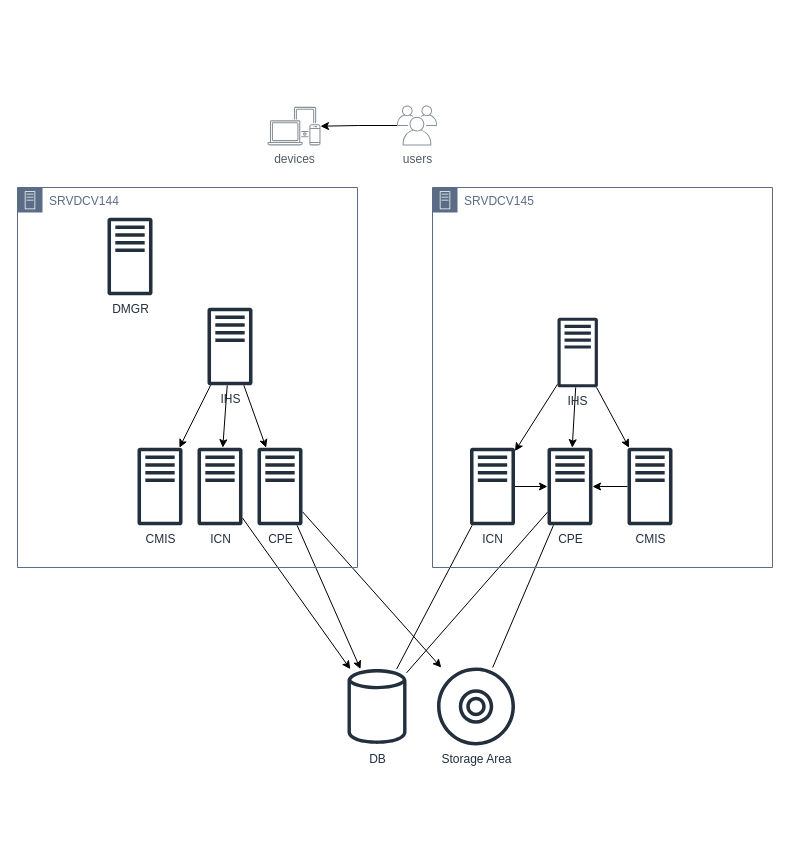
Jere201086/Images-For-Readmes keeps this draw.io diagram as Untitled Diagram.drawio. Above is the earlier version. Source tidied: cells renumbered, new cells numbered last; positions are measured from the earlier drawing's top-left corner, leaving out a move shared by most shapes. Both pictures are drawn from the tidied source at 100%, with x=0, y=0 at pixel (17, 105).
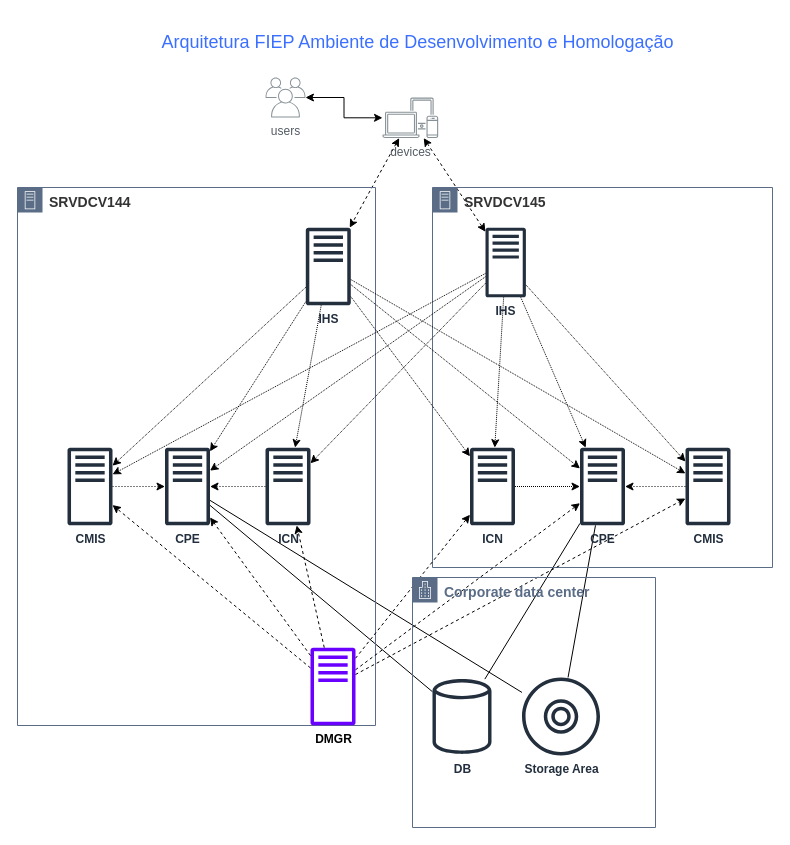
The same page after the edit.

Commit message:
Update Arquitetura DEV-HML Diagram.drawio

Change to the diagram source:
```diff
@@
-    <mxCell id="2" style="edgeStyle=none;rounded=0;jettySize=auto;html=1;fontFamily=Helvetica;endArrow=classic;endFill=1;" parent="1" edge="1" source="5" target="12">
-      <mxGeometry relative="1" as="geometry" />
-    </mxCell>
-    <mxCell id="3" style="edgeStyle=none;rounded=0;jettySize=auto;html=1;fontFamily=Helvetica;endArrow=classic;endFill=1;" parent="1" edge="1" source="5" target="15">
-      <mxGeometry relative="1" as="geometry" />
-    </mxCell>
-    <mxCell id="4" style="edgeStyle=none;rounded=0;jettySize=auto;html=1;fontFamily=Helvetica;endArrow=classic;endFill=1;" parent="1" edge="1" source="5" target="16">
-      <mxGeometry relative="1" as="geometry" />
-    </mxCell>
-    <mxCell id="5" value="IHS" style="sketch=0;outlineConnect=0;fontColor=#232F3E;gradientColor=none;fillColor=#232F3D;strokeColor=none;dashed=0;verticalLabelPosition=bottom;verticalAlign=top;align=center;html=1;fontSize=12;fontStyle=0;shape=mxgraph.aws4.traditional_server;fontFamily=Helvetica;" parent="1" vertex="1">
-      <mxGeometry x="190" y="202" width="45" height="78" as="geometry" />
-    </mxCell>
-    <mxCell id="6" style="edgeStyle=none;rounded=0;jettySize=auto;html=1;fontFamily=Helvetica;endArrow=classic;endFill=1;" parent="1" edge="1" source="9" target="22">
-      <mxGeometry relative="1" as="geometry" />
-    </mxCell>
-    <mxCell id="7" style="edgeStyle=none;rounded=0;jettySize=auto;html=1;fontFamily=Helvetica;endArrow=classic;endFill=1;" parent="1" edge="1" source="9" target="19">
+    <mxCell id="7" style="edgeStyle=none;rounded=0;jettySize=auto;html=1;fontFamily=Helvetica;endArrow=classic;endFill=1;dashed=1;dashPattern=1 1;" parent="1" edge="1" source="9" target="19">
       <mxGeometry relative="1" as="geometry" />
     </mxCell>
-    <mxCell id="8" style="edgeStyle=none;rounded=0;jettySize=auto;html=1;fontFamily=Helvetica;endArrow=classic;endFill=1;" parent="1" edge="1" source="9" target="24">
-      <mxGeometry relative="1" as="geometry" />
-    </mxCell>
-    <mxCell id="9" value="IHS" style="sketch=0;outlineConnect=0;fontColor=#232F3E;gradientColor=none;fillColor=#232F3D;strokeColor=none;dashed=0;verticalLabelPosition=bottom;verticalAlign=top;align=center;html=1;fontSize=12;fontStyle=0;shape=mxgraph.aws4.traditional_server;" parent="1" vertex="1">
-      <mxGeometry x="540" y="212" width="40.4" height="70" as="geometry" />
-    </mxCell>
-    <mxCell id="10" value="DMGR" style="sketch=0;outlineConnect=0;fontColor=#232F3E;gradientColor=none;fillColor=#232F3D;strokeColor=none;dashed=0;verticalLabelPosition=bottom;verticalAlign=top;align=center;html=1;fontSize=12;fontStyle=0;shape=mxgraph.aws4.traditional_server;" parent="1" vertex="1">
-      <mxGeometry x="90" y="112" width="45" height="78" as="geometry" />
-    </mxCell>
-    <mxCell id="11" style="edgeStyle=none;rounded=0;jettySize=auto;html=1;fontFamily=Helvetica;endArrow=classic;endFill=1;" parent="1" edge="1" source="12" target="26">
-      <mxGeometry relative="1" as="geometry" />
-    </mxCell>
-    <mxCell id="12" value="ICN" style="sketch=0;outlineConnect=0;fontColor=#232F3E;gradientColor=none;fillColor=#232F3D;strokeColor=none;dashed=0;verticalLabelPosition=bottom;verticalAlign=top;align=center;html=1;fontSize=12;fontStyle=0;shape=mxgraph.aws4.traditional_server;" parent="1" vertex="1">
-      <mxGeometry x="180" y="342" width="45" height="78" as="geometry" />
-    </mxCell>
-    <mxCell id="13" style="edgeStyle=none;rounded=0;jettySize=auto;html=1;fontFamily=Helvetica;endArrow=classic;endFill=1;" parent="1" edge="1" source="15" target="26">
+    <mxCell id="13" style="edgeStyle=none;rounded=0;jettySize=auto;html=1;fontFamily=Helvetica;endArrow=none;endFill=0;" parent="1" edge="1" source="15" target="26">
       <mxGeometry relative="1" as="geometry" />
     </mxCell>
-    <mxCell id="14" style="edgeStyle=none;rounded=0;jettySize=auto;html=1;fontFamily=Helvetica;endArrow=classic;endFill=1;" parent="1" edge="1" source="15" target="25">
+    <mxCell id="14" style="edgeStyle=none;rounded=0;jettySize=auto;html=1;fontFamily=Helvetica;endArrow=none;endFill=0;" parent="1" edge="1" source="15" target="25">
       <mxGeometry relative="1" as="geometry" />
     </mxCell>
-    <mxCell id="15" value="CPE" style="sketch=0;outlineConnect=0;fontColor=#232F3E;gradientColor=none;fillColor=#232F3D;strokeColor=none;dashed=0;verticalLabelPosition=bottom;verticalAlign=top;align=center;html=1;fontSize=12;fontStyle=0;shape=mxgraph.aws4.traditional_server;" parent="1" vertex="1">
-      <mxGeometry x="240" y="342" width="45" height="78" as="geometry" />
-    </mxCell>
-    <mxCell id="16" value="CMIS" style="sketch=0;outlineConnect=0;fontColor=#232F3E;gradientColor=none;fillColor=#232F3D;strokeColor=none;dashed=0;verticalLabelPosition=bottom;verticalAlign=top;align=center;html=1;fontSize=12;fontStyle=0;shape=mxgraph.aws4.traditional_server;" parent="1" vertex="1">
-      <mxGeometry x="120" y="342" width="45" height="78" as="geometry" />
-    </mxCell>
-    <mxCell id="17" style="edgeStyle=none;rounded=0;jettySize=auto;html=1;fontFamily=Helvetica;endArrow=none;endFill=0;" parent="1" edge="1" source="19" target="26">
-      <mxGeometry relative="1" as="geometry" />
-    </mxCell>
-    <mxCell id="18" style="edgeStyle=none;rounded=0;jettySize=auto;html=1;fontFamily=Helvetica;endArrow=classic;endFill=1;" parent="1" edge="1" source="19" target="22">
+    <mxCell id="18" style="edgeStyle=none;rounded=0;jettySize=auto;html=1;fontFamily=Helvetica;endArrow=classic;endFill=1;dashed=1;dashPattern=1 1;" parent="1" edge="1" source="19" target="22">
       <mxGeometry relative="1" as="geometry" />
     </mxCell>
-    <mxCell id="19" value="ICN" style="sketch=0;outlineConnect=0;fontColor=#232F3E;gradientColor=none;fillColor=#232F3D;strokeColor=none;dashed=0;verticalLabelPosition=bottom;verticalAlign=top;align=center;html=1;fontSize=12;fontStyle=0;shape=mxgraph.aws4.traditional_server;" parent="1" vertex="1">
+    <mxCell id="19" value="ICN" style="sketch=0;outlineConnect=0;fontColor=#232F3E;gradientColor=none;fillColor=#232F3D;strokeColor=none;dashed=0;verticalLabelPosition=bottom;verticalAlign=top;align=center;html=1;fontSize=12;fontStyle=1;shape=mxgraph.aws4.traditional_server;" parent="1" vertex="1">
       <mxGeometry x="452.5" y="342" width="45" height="78" as="geometry" />
     </mxCell>
@@
-    <mxCell id="22" value="CPE" style="sketch=0;outlineConnect=0;fontColor=#232F3E;gradientColor=none;fillColor=#232F3D;strokeColor=none;dashed=0;verticalLabelPosition=bottom;verticalAlign=top;align=center;html=1;fontSize=12;fontStyle=0;shape=mxgraph.aws4.traditional_server;" parent="1" vertex="1">
-      <mxGeometry x="530" y="342" width="45" height="78" as="geometry" />
-    </mxCell>
-    <mxCell id="23" style="edgeStyle=none;rounded=0;jettySize=auto;html=1;fontFamily=Helvetica;endArrow=classic;endFill=1;" parent="1" edge="1" source="24" target="22">
-      <mxGeometry relative="1" as="geometry" />
-    </mxCell>
-    <mxCell id="24" value="CMIS" style="sketch=0;outlineConnect=0;fontColor=#232F3E;gradientColor=none;fillColor=#232F3D;strokeColor=none;dashed=0;verticalLabelPosition=bottom;verticalAlign=top;align=center;html=1;fontSize=12;fontStyle=0;shape=mxgraph.aws4.traditional_server;" parent="1" vertex="1">
-      <mxGeometry x="610" y="342" width="45" height="78" as="geometry" />
-    </mxCell>
-    <mxCell id="25" value="Storage Area" style="sketch=0;outlineConnect=0;fontColor=#232F3E;gradientColor=none;fillColor=#232F3D;strokeColor=none;dashed=0;verticalLabelPosition=bottom;verticalAlign=top;align=center;html=1;fontSize=12;fontStyle=0;shape=mxgraph.aws4.disk;" parent="1" vertex="1">
-      <mxGeometry x="419.5" y="562" width="78" height="78" as="geometry" />
-    </mxCell>
-    <mxCell id="26" value="DB" style="sketch=0;outlineConnect=0;fontColor=#232F3E;gradientColor=none;fillColor=#232F3D;strokeColor=none;dashed=0;verticalLabelPosition=bottom;verticalAlign=top;align=center;html=1;fontSize=12;fontStyle=0;shape=mxgraph.aws4.generic_database;" parent="1" vertex="1">
-      <mxGeometry x="330" y="562" width="59" height="78" as="geometry" />
-    </mxCell>
+    <mxCell id="32" style="edgeStyle=none;rounded=0;jettySize=auto;html=1;dashed=1;fontFamily=Helvetica;fontColor=#000000;endArrow=classic;endFill=1;elbow=vertical;startArrow=classic;startFill=1;" parent="1" edge="1" source="27" target="5">
+      <mxGeometry relative="1" as="geometry" />
+    </mxCell>
+    <mxCell id="33" style="edgeStyle=none;rounded=0;jettySize=auto;html=1;dashed=1;fontFamily=Helvetica;fontColor=#000000;endArrow=classic;endFill=1;elbow=vertical;startArrow=classic;startFill=1;" parent="1" edge="1" source="27" target="9">
+      <mxGeometry relative="1" as="geometry" />
+    </mxCell>
     <mxCell id="27" value="devices" style="sketch=0;outlineConnect=0;gradientColor=none;fontColor=#545B64;strokeColor=none;fillColor=#879196;dashed=0;verticalLabelPosition=bottom;verticalAlign=top;align=center;html=1;fontSize=12;fontStyle=0;shape=mxgraph.aws4.illustration_devices;" parent="1" vertex="1">
-      <mxGeometry x="250" y="1.3" width="53" height="38.7" as="geometry" />
+      <mxGeometry x="365" y="-8" width="55.7" height="40.6" as="geometry" />
     </mxCell>
-    <mxCell id="28" style="edgeStyle=orthogonalEdgeStyle;rounded=0;jettySize=auto;html=1;" parent="1" edge="1" source="29" target="27">
+    <mxCell id="28" style="edgeStyle=orthogonalEdgeStyle;rounded=0;jettySize=auto;html=1;startArrow=classic;startFill=1;" parent="1" edge="1" source="29" target="27">
       <mxGeometry relative="1" as="geometry" />
     </mxCell>
     <mxCell id="29" value="users" style="sketch=0;outlineConnect=0;gradientColor=none;fontColor=#545B64;strokeColor=none;fillColor=#879196;dashed=0;verticalLabelPosition=bottom;verticalAlign=top;align=center;html=1;fontSize=12;fontStyle=0;shape=mxgraph.aws4.illustration_users;" parent="1" vertex="1">
-      <mxGeometry x="379.5" width="40" height="40" as="geometry" />
+      <mxGeometry x="248" y="-28" width="40" height="40" as="geometry" />
     </mxCell>
-    <mxCell id="30" value="SRVDCV144" style="gradientColor=none;html=1;whiteSpace=wrap;fontSize=12;fontStyle=0;shape=mxgraph.aws4.group;grIcon=mxgraph.aws4.group_on_premise;strokeColor=#5A6C86;fillColor=none;verticalAlign=top;align=left;spacingLeft=30;fontColor=#5A6C86;dashed=0;fontFamily=Helvetica;" parent="1" vertex="1">
-      <mxGeometry y="82" width="340" height="380" as="geometry" />
+    <mxCell id="30" value="SRVDCV144" style="gradientColor=none;html=1;whiteSpace=wrap;fontSize=14;fontStyle=1;shape=mxgraph.aws4.group;grIcon=mxgraph.aws4.group_on_premise;strokeColor=#5A6C86;fillColor=none;verticalAlign=top;align=left;spacingLeft=30;fontColor=#333333;dashed=0;fontFamily=Helvetica;" parent="1" vertex="1">
+      <mxGeometry y="82" width="358" height="538" as="geometry" />
     </mxCell>
+    <mxCell id="34" style="edgeStyle=none;rounded=0;jettySize=auto;html=1;dashed=1;dashPattern=1 2;fontFamily=Helvetica;fontColor=#000000;endArrow=classic;endFill=1;elbow=vertical;" parent="30" edge="1" source="16" target="15">
+      <mxGeometry relative="1" as="geometry" />
+    </mxCell>
+    <mxCell id="16" value="CMIS" style="sketch=0;outlineConnect=0;fontColor=#232F3E;gradientColor=none;fillColor=#232F3D;strokeColor=none;dashed=0;verticalLabelPosition=bottom;verticalAlign=top;align=center;html=1;fontSize=12;fontStyle=1;shape=mxgraph.aws4.traditional_server;" parent="30" vertex="1">
+      <mxGeometry x="50" y="260" width="45" height="78" as="geometry" />
+    </mxCell>
+    <mxCell id="35" style="edgeStyle=none;rounded=0;jettySize=auto;html=1;dashed=1;dashPattern=1 2;fontFamily=Helvetica;fontColor=#000000;endArrow=classic;endFill=1;elbow=vertical;" parent="30" edge="1" source="12" target="15">
+      <mxGeometry relative="1" as="geometry" />
+    </mxCell>
+    <mxCell id="12" value="ICN" style="sketch=0;outlineConnect=0;fontColor=#232F3E;gradientColor=none;fillColor=#232F3D;strokeColor=none;dashed=0;verticalLabelPosition=bottom;verticalAlign=top;align=center;html=1;fontSize=12;fontStyle=1;shape=mxgraph.aws4.traditional_server;" parent="30" vertex="1">
+      <mxGeometry x="248" y="260" width="45" height="78" as="geometry" />
+    </mxCell>
+    <mxCell id="15" value="CPE" style="sketch=0;outlineConnect=0;fontColor=#232F3E;gradientColor=none;fillColor=#232F3D;strokeColor=none;dashed=0;verticalLabelPosition=bottom;verticalAlign=top;align=center;html=1;fontSize=12;fontStyle=1;shape=mxgraph.aws4.traditional_server;" parent="30" vertex="1">
+      <mxGeometry x="147.5" y="260" width="45" height="78" as="geometry" />
+    </mxCell>
+    <mxCell id="5" value="IHS" style="sketch=0;outlineConnect=0;fontColor=#232F3E;gradientColor=none;fillColor=#232F3D;strokeColor=none;dashed=0;verticalLabelPosition=bottom;verticalAlign=top;align=center;html=1;fontSize=12;fontStyle=1;shape=mxgraph.aws4.traditional_server;fontFamily=Helvetica;" parent="30" vertex="1">
+      <mxGeometry x="288.3" y="40" width="45" height="78" as="geometry" />
+    </mxCell>
+    <mxCell id="2" style="edgeStyle=none;rounded=0;jettySize=auto;html=1;fontFamily=Helvetica;endArrow=classic;endFill=1;dashed=1;dashPattern=1 1;" parent="30" edge="1" source="5" target="12">
+      <mxGeometry relative="1" as="geometry" />
+    </mxCell>
+    <mxCell id="3" style="edgeStyle=none;rounded=0;jettySize=auto;html=1;fontFamily=Helvetica;endArrow=classic;endFill=1;dashed=1;dashPattern=1 1;" parent="30" edge="1" source="5" target="15">
+      <mxGeometry relative="1" as="geometry" />
+    </mxCell>
+    <mxCell id="4" style="edgeStyle=none;rounded=0;jettySize=auto;html=1;fontFamily=Helvetica;endArrow=classic;endFill=1;dashed=1;dashPattern=1 1;" parent="30" edge="1" source="5" target="16">
+      <mxGeometry relative="1" as="geometry" />
+    </mxCell>
+    <mxCell id="10" value="DMGR" style="sketch=0;outlineConnect=0;fontColor=#000000;fillColor=#6a00ff;strokeColor=#3700CC;dashed=0;verticalLabelPosition=bottom;verticalAlign=top;align=center;html=1;fontSize=12;fontStyle=1;shape=mxgraph.aws4.traditional_server;" parent="30" vertex="1">
+      <mxGeometry x="293" y="460" width="45" height="78" as="geometry" />
+    </mxCell>
+    <mxCell id="36" style="edgeStyle=none;rounded=0;jettySize=auto;html=1;dashed=1;fontFamily=Helvetica;endArrow=classic;endFill=1;elbow=vertical;" parent="30" edge="1" source="10" target="16">
+      <mxGeometry relative="1" as="geometry" />
+    </mxCell>
+    <mxCell id="37" style="edgeStyle=none;rounded=0;jettySize=auto;html=1;dashed=1;fontFamily=Helvetica;endArrow=classic;endFill=1;elbow=vertical;" parent="30" edge="1" source="10" target="12">
+      <mxGeometry relative="1" as="geometry" />
+    </mxCell>
+    <mxCell id="38" style="edgeStyle=none;rounded=0;jettySize=auto;html=1;dashed=1;fontFamily=Helvetica;endArrow=classic;endFill=1;elbow=vertical;" parent="30" edge="1" source="10" target="15">
+      <mxGeometry relative="1" as="geometry" />
+    </mxCell>
-    <mxCell id="31" value="SRVDCV145" style="gradientColor=none;html=1;whiteSpace=wrap;fontSize=12;fontStyle=0;shape=mxgraph.aws4.group;grIcon=mxgraph.aws4.group_on_premise;strokeColor=#5A6C86;fillColor=none;verticalAlign=top;align=left;spacingLeft=30;fontColor=#5A6C86;dashed=0;fontFamily=Helvetica;" parent="1" vertex="1">
+    <mxCell id="31" value="SRVDCV145" style="gradientColor=none;html=1;whiteSpace=wrap;fontSize=14;fontStyle=1;shape=mxgraph.aws4.group;grIcon=mxgraph.aws4.group_on_premise;strokeColor=#5A6C86;fillColor=none;verticalAlign=top;align=left;spacingLeft=30;fontColor=#333333;dashed=0;fontFamily=Helvetica;" parent="1" vertex="1">
       <mxGeometry x="415" y="82" width="340" height="380" as="geometry" />
     </mxCell>
+    <mxCell id="9" value="IHS" style="sketch=0;outlineConnect=0;fontColor=#232F3E;gradientColor=none;fillColor=#232F3D;strokeColor=none;dashed=0;verticalLabelPosition=bottom;verticalAlign=top;align=center;html=1;fontSize=12;fontStyle=1;shape=mxgraph.aws4.traditional_server;" parent="31" vertex="1">
+      <mxGeometry x="53" y="40" width="40.4" height="70" as="geometry" />
+    </mxCell>
+    <mxCell id="24" value="CMIS" style="sketch=0;outlineConnect=0;fontColor=#232F3E;gradientColor=none;fillColor=#232F3D;strokeColor=none;dashed=0;verticalLabelPosition=bottom;verticalAlign=top;align=center;html=1;fontSize=12;fontStyle=1;shape=mxgraph.aws4.traditional_server;" parent="31" vertex="1">
+      <mxGeometry x="253" y="260" width="45" height="78" as="geometry" />
+    </mxCell>
+    <mxCell id="8" style="edgeStyle=none;rounded=0;jettySize=auto;html=1;fontFamily=Helvetica;endArrow=classic;endFill=1;dashed=1;dashPattern=1 1;" parent="31" edge="1" source="9" target="24">
+      <mxGeometry relative="1" as="geometry" />
+    </mxCell>
+    <mxCell id="22" value="CPE" style="sketch=0;outlineConnect=0;fontColor=#232F3E;gradientColor=none;fillColor=#232F3D;strokeColor=none;dashed=0;verticalLabelPosition=bottom;verticalAlign=top;align=center;html=1;fontSize=12;fontStyle=1;shape=mxgraph.aws4.traditional_server;" parent="31" vertex="1">
+      <mxGeometry x="147.5" y="260" width="45" height="78" as="geometry" />
+    </mxCell>
+    <mxCell id="6" style="edgeStyle=none;rounded=0;jettySize=auto;html=1;fontFamily=Helvetica;endArrow=classic;endFill=1;dashed=1;dashPattern=1 1;" parent="31" edge="1" source="9" target="22">
+      <mxGeometry relative="1" as="geometry" />
+    </mxCell>
+    <mxCell id="23" style="edgeStyle=none;rounded=0;jettySize=auto;html=1;dashed=1;fontFamily=Helvetica;endArrow=classic;endFill=1;dashPattern=1 2;" parent="31" edge="1" source="24" target="22">
+      <mxGeometry relative="1" as="geometry" />
+    </mxCell>
+    <mxCell id="39" style="edgeStyle=none;rounded=0;jettySize=auto;html=1;dashed=1;fontFamily=Helvetica;endArrow=classic;endFill=1;elbow=vertical;" parent="1" edge="1" source="10" target="19">
+      <mxGeometry relative="1" as="geometry" />
+    </mxCell>
+    <mxCell id="40" style="edgeStyle=none;rounded=0;jettySize=auto;html=1;dashed=1;fontFamily=Helvetica;endArrow=classic;endFill=1;elbow=vertical;" parent="1" edge="1" source="10" target="22">
+      <mxGeometry relative="1" as="geometry" />
+    </mxCell>
+    <mxCell id="41" style="edgeStyle=none;rounded=0;jettySize=auto;html=1;dashed=1;fontFamily=Helvetica;endArrow=classic;endFill=1;elbow=vertical;" parent="1" edge="1" source="10" target="24">
+      <mxGeometry relative="1" as="geometry" />
+    </mxCell>
+    <mxCell id="42" value="Corporate data center" style="gradientColor=none;html=1;whiteSpace=wrap;fontSize=14;fontStyle=1;shape=mxgraph.aws4.group;grIcon=mxgraph.aws4.group_corporate_data_center;strokeColor=#5A6C86;fillColor=none;verticalAlign=top;align=left;spacingLeft=30;fontColor=#5A6C86;dashed=0;fontFamily=Helvetica;" parent="1" vertex="1">
+      <mxGeometry x="395" y="472" width="243" height="250" as="geometry" />
+    </mxCell>
+    <mxCell id="25" value="Storage Area" style="sketch=0;outlineConnect=0;fontColor=#232F3E;gradientColor=none;fillColor=#232F3D;strokeColor=none;dashed=0;verticalLabelPosition=bottom;verticalAlign=top;align=center;html=1;fontSize=12;fontStyle=1;shape=mxgraph.aws4.disk;" parent="42" vertex="1">
+      <mxGeometry x="109.5" y="100" width="78" height="78" as="geometry" />
+    </mxCell>
+    <mxCell id="26" value="DB" style="sketch=0;outlineConnect=0;fontColor=#232F3E;gradientColor=none;fillColor=#232F3D;strokeColor=none;dashed=0;verticalLabelPosition=bottom;verticalAlign=top;align=center;html=1;fontSize=12;fontStyle=1;shape=mxgraph.aws4.generic_database;" parent="42" vertex="1">
+      <mxGeometry x="20" y="100" width="59" height="78" as="geometry" />
+    </mxCell>
+    <mxCell id="43" style="edgeStyle=none;rounded=0;jettySize=auto;html=1;dashed=1;fontFamily=Helvetica;fontColor=#000000;endArrow=classic;endFill=1;elbow=vertical;dashPattern=1 1;" parent="1" edge="1" source="9" target="15">
+      <mxGeometry relative="1" as="geometry" />
+    </mxCell>
+    <mxCell id="44" style="edgeStyle=none;rounded=0;jettySize=auto;html=1;dashed=1;fontFamily=Helvetica;fontColor=#000000;endArrow=classic;endFill=1;elbow=vertical;dashPattern=1 1;" parent="1" edge="1" source="9" target="12">
+      <mxGeometry relative="1" as="geometry" />
+    </mxCell>
+    <mxCell id="45" style="edgeStyle=none;rounded=0;jettySize=auto;html=1;dashed=1;fontFamily=Helvetica;fontColor=#000000;endArrow=classic;endFill=1;elbow=vertical;dashPattern=1 1;" parent="1" edge="1" source="9" target="16">
+      <mxGeometry relative="1" as="geometry" />
+    </mxCell>
+    <mxCell id="46" style="edgeStyle=none;rounded=0;jettySize=auto;html=1;dashed=1;dashPattern=1 1;fontFamily=Helvetica;fontColor=#000000;endArrow=classic;endFill=1;elbow=vertical;" parent="1" edge="1" source="5" target="19">
+      <mxGeometry relative="1" as="geometry" />
+    </mxCell>
+    <mxCell id="47" style="edgeStyle=none;rounded=0;jettySize=auto;html=1;dashed=1;dashPattern=1 1;fontFamily=Helvetica;fontColor=#000000;endArrow=classic;endFill=1;elbow=vertical;" parent="1" edge="1" source="5" target="22">
+      <mxGeometry relative="1" as="geometry" />
+    </mxCell>
+    <mxCell id="48" style="edgeStyle=none;rounded=0;jettySize=auto;html=1;dashed=1;dashPattern=1 1;fontFamily=Helvetica;fontColor=#000000;endArrow=classic;endFill=1;elbow=vertical;" parent="1" edge="1" source="5" target="24">
+      <mxGeometry relative="1" as="geometry" />
+    </mxCell>
+    <mxCell id="49" value="Arquitetura FIEP Ambiente de Desenvolvimento e Homologação" style="text;html=1;strokeColor=none;fillColor=none;align=center;verticalAlign=middle;whiteSpace=wrap;rounded=0;fontFamily=Helvetica;fontColor=#3B6FFF;fontSize=18;" parent="1" vertex="1">
+      <mxGeometry x="123" y="-88" width="555" height="50" as="geometry" />
+    </mxCell>
```
